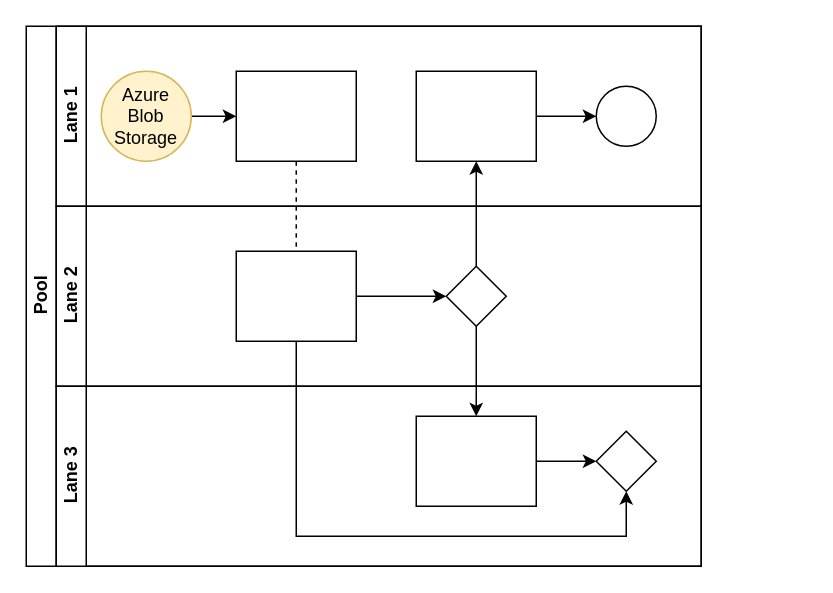
Before: Diagramme sans nom.drawio in myhfc/recommender-system-projet09-azure, a draw.io diagram. Source tidied: cells renumbered, new cells numbered last; positions are measured from the earlier drawing's top-left corner, leaving out a move shared by most shapes. Both pictures are drawn from the tidied source at 150%, with x=0, y=0 at pixel (26, 26).
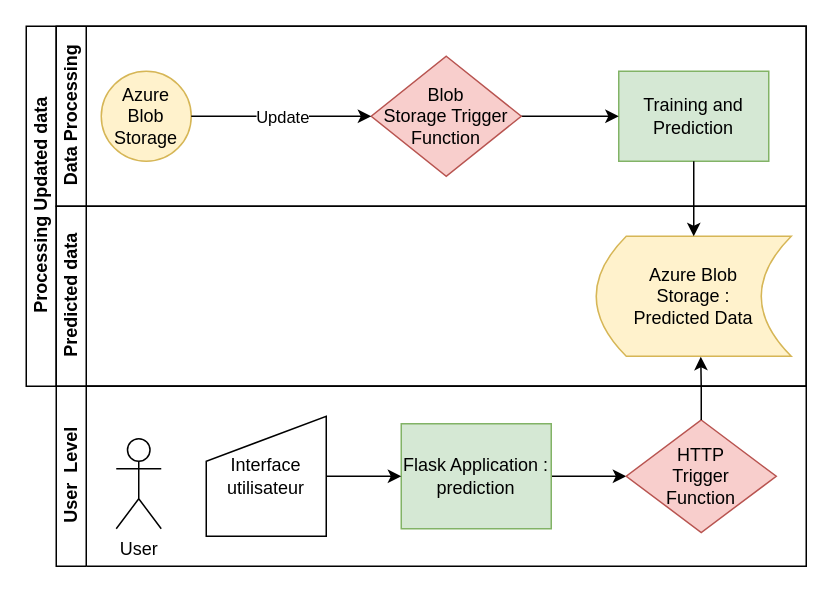
The same diagram, later.

Commit message:
Mettre à jour Diagramme sans nom.drawio

The change refers to these unchanged cells:
```xml
<mxCell id="9" value="Azure Blob Storage" style="ellipse;whiteSpace=wrap;html=1;fillColor=#fff2cc;strokeColor=#d6b656;gradientColor=none;" parent="7" vertex="1">
  <mxGeometry x="30" y="30" width="60" height="60" as="geometry" />
</mxCell>
```

What changed in the source:
```diff
@@
-    <mxCell id="2" value="Pool" style="swimlane;html=1;horizontal=0;startSize=20;" parent="1" vertex="1">
-      <mxGeometry width="450" height="360" as="geometry" />
+    <mxCell id="2" value="&lt;div&gt;Processing Updated data&lt;/div&gt;" style="swimlane;html=1;horizontal=0;startSize=20;" parent="1" vertex="1">
+      <mxGeometry width="520" height="240" as="geometry" />
     </mxCell>
-    <mxCell id="3" style="edgeStyle=orthogonalEdgeStyle;rounded=0;jettySize=auto;html=1;dashed=1;endArrow=none;endFill=0;" parent="2" edge="1" source="10" target="16">
-      <mxGeometry relative="1" as="geometry" />
-    </mxCell>
-    <mxCell id="4" style="edgeStyle=orthogonalEdgeStyle;rounded=0;jettySize=auto;html=1;endArrow=classic;endFill=1;" parent="2" edge="1" source="17" target="12">
-      <mxGeometry relative="1" as="geometry" />
-    </mxCell>
-    <mxCell id="5" style="edgeStyle=orthogonalEdgeStyle;rounded=0;jettySize=auto;html=1;endArrow=classic;endFill=1;" parent="2" edge="1" source="17" target="20">
-      <mxGeometry relative="1" as="geometry" />
-    </mxCell>
-    <mxCell id="6" style="edgeStyle=orthogonalEdgeStyle;rounded=0;jettySize=auto;html=1;endArrow=classic;endFill=1;" parent="2" edge="1" source="16" target="21">
-      <mxGeometry relative="1" as="geometry">
-        <Array as="points">
-          <mxPoint x="180" y="340" />
-          <mxPoint x="400" y="340" />
-        </Array>
-      </mxGeometry>
-    </mxCell>
-    <mxCell id="7" value="Lane 1" style="swimlane;html=1;startSize=20;horizontal=0;" parent="2" vertex="1">
-      <mxGeometry x="20" width="430" height="120" as="geometry" />
+    <mxCell id="7" value="&lt;div&gt;Data Processing&lt;/div&gt;" style="swimlane;html=1;startSize=20;horizontal=0;" parent="2" vertex="1">
+      <mxGeometry x="20" width="500" height="120" as="geometry" />
     </mxCell>
-    <mxCell id="8" style="edgeStyle=orthogonalEdgeStyle;rounded=0;jettySize=auto;html=1;" parent="7" edge="1" source="9" target="10">
-      <mxGeometry relative="1" as="geometry" />
-    </mxCell>
@@
-    <mxCell id="10" style="rounded=0;whiteSpace=wrap;html=1;fontFamily=Helvetica;fontSize=12;fontColor=#000000;align=center;" parent="7" vertex="1">
-      <mxGeometry x="120" y="30" width="80" height="60" as="geometry" />
+    <mxCell id="10" value="&lt;div&gt;Training and Prediction&lt;br&gt;&lt;/div&gt;" style="rounded=0;whiteSpace=wrap;html=1;fontFamily=Helvetica;fontSize=12;align=center;fillColor=#d5e8d4;strokeColor=#82b366;" parent="7" vertex="1">
+      <mxGeometry x="375" y="30" width="100" height="60" as="geometry" />
     </mxCell>
-    <mxCell id="11" style="edgeStyle=orthogonalEdgeStyle;rounded=0;jettySize=auto;html=1;endArrow=classic;endFill=1;" parent="7" edge="1" source="12" target="13">
-      <mxGeometry relative="1" as="geometry" />
-    </mxCell>
-    <mxCell id="12" style="rounded=0;whiteSpace=wrap;html=1;fontFamily=Helvetica;fontSize=12;fontColor=#000000;align=center;" parent="7" vertex="1">
-      <mxGeometry x="240" y="30" width="80" height="60" as="geometry" />
-    </mxCell>
-    <mxCell id="13" style="ellipse;whiteSpace=wrap;html=1;" parent="7" vertex="1">
-      <mxGeometry x="360" y="40" width="40" height="40" as="geometry" />
-    </mxCell>
+    <mxCell id="22" style="edgeStyle=orthogonalEdgeStyle;rounded=0;jettySize=auto;html=1;" parent="7" edge="1" source="23" target="10">
+      <mxGeometry relative="1" as="geometry" />
+    </mxCell>
+    <mxCell id="23" value="&lt;div&gt;Blob &lt;br&gt;&lt;/div&gt;&lt;div&gt;Storage Trigger &lt;br&gt;&lt;/div&gt;&lt;div&gt;Function&lt;/div&gt;" style="rhombus;whiteSpace=wrap;html=1;fontFamily=Helvetica;fontSize=12;align=center;fillColor=#f8cecc;strokeColor=#b85450;" parent="7" vertex="1">
+      <mxGeometry x="210" y="20" width="100" height="80" as="geometry" />
+    </mxCell>
+    <mxCell id="24" style="endArrow=classic;html=1;rounded=0;entryX=0;entryY=0.5;entryDx=0;entryDy=0;exitX=1;exitY=0.5;exitDx=0;exitDy=0;" parent="7" edge="1" source="9" target="23">
+      <mxGeometry relative="1" as="geometry" />
+    </mxCell>
+    <mxCell id="25" value="Update" style="edgeLabel;html=1;align=center;verticalAlign=middle;fillColor=default;gradientColor=none;" parent="24" vertex="1">
+      <mxGeometry relative="1" as="geometry" />
+    </mxCell>
-    <mxCell id="14" value="Lane 2" style="swimlane;html=1;startSize=20;horizontal=0;" parent="2" vertex="1">
-      <mxGeometry x="20" y="120" width="430" height="120" as="geometry" />
+    <mxCell id="14" value="&lt;div&gt;Predicted data&lt;/div&gt;" style="swimlane;html=1;startSize=20;horizontal=0;" parent="2" vertex="1">
+      <mxGeometry x="20" y="120" width="500" height="120" as="geometry" />
     </mxCell>
-    <mxCell id="15" style="edgeStyle=orthogonalEdgeStyle;rounded=0;jettySize=auto;html=1;endArrow=classic;endFill=1;" parent="14" edge="1" source="16" target="17">
-      <mxGeometry relative="1" as="geometry" />
-    </mxCell>
-    <mxCell id="16" style="rounded=0;whiteSpace=wrap;html=1;fontFamily=Helvetica;fontSize=12;fontColor=#000000;align=center;" parent="14" vertex="1">
-      <mxGeometry x="120" y="30" width="80" height="60" as="geometry" />
-    </mxCell>
-    <mxCell id="17" style="rhombus;whiteSpace=wrap;html=1;fontFamily=Helvetica;fontSize=12;fontColor=#000000;align=center;" parent="14" vertex="1">
-      <mxGeometry x="260" y="40" width="40" height="40" as="geometry" />
-    </mxCell>
-    <mxCell id="18" value="Lane 3" style="swimlane;html=1;startSize=20;horizontal=0;" parent="2" vertex="1">
-      <mxGeometry x="20" y="240" width="430" height="120" as="geometry" />
-    </mxCell>
-    <mxCell id="19" style="edgeStyle=orthogonalEdgeStyle;rounded=0;jettySize=auto;html=1;endArrow=classic;endFill=1;" parent="18" edge="1" source="20" target="21">
-      <mxGeometry relative="1" as="geometry" />
-    </mxCell>
-    <mxCell id="20" style="rounded=0;whiteSpace=wrap;html=1;fontFamily=Helvetica;fontSize=12;fontColor=#000000;align=center;" parent="18" vertex="1">
-      <mxGeometry x="240" y="20" width="80" height="60" as="geometry" />
-    </mxCell>
-    <mxCell id="21" style="rhombus;whiteSpace=wrap;html=1;fontFamily=Helvetica;fontSize=12;fontColor=#000000;align=center;" parent="18" vertex="1">
-      <mxGeometry x="360" y="30" width="40" height="40" as="geometry" />
-    </mxCell>
+    <mxCell id="26" value="&lt;div&gt;Azure Blob &lt;br&gt;&lt;/div&gt;&lt;div&gt;Storage : &lt;br&gt;&lt;/div&gt;&lt;div&gt;Predicted Data&lt;br&gt;&lt;/div&gt;" style="shape=dataStorage;whiteSpace=wrap;html=1;fixedSize=1;fillColor=#fff2cc;strokeColor=#d6b656;" parent="14" vertex="1">
+      <mxGeometry x="360" y="20" width="130" height="80" as="geometry" />
+    </mxCell>
+    <mxCell id="27" style="edgeStyle=orthogonalEdgeStyle;rounded=0;jettySize=auto;html=1;entryX=0.5;entryY=0;entryDx=0;entryDy=0;" parent="2" edge="1" source="10" target="26">
+      <mxGeometry relative="1" as="geometry" />
+    </mxCell>
+    <mxCell id="28" value="User&amp;nbsp; Level" style="swimlane;html=1;startSize=20;horizontal=0;" parent="1" vertex="1">
+      <mxGeometry x="20" y="240" width="500" height="120" as="geometry" />
+    </mxCell>
+    <mxCell id="29" style="edgeStyle=orthogonalEdgeStyle;rounded=0;jettySize=auto;html=1;" parent="28" edge="1" source="30" target="31">
+      <mxGeometry relative="1" as="geometry" />
+    </mxCell>
+    <mxCell id="30" value="&lt;div&gt;Flask Application : prediction&lt;br&gt;&lt;/div&gt;" style="rounded=0;whiteSpace=wrap;html=1;fontFamily=Helvetica;fontSize=12;align=center;fillColor=#d5e8d4;strokeColor=#82b366;" parent="28" vertex="1">
+      <mxGeometry x="230" y="25" width="100" height="70" as="geometry" />
+    </mxCell>
+    <mxCell id="31" value="&lt;div&gt;HTTP &lt;br&gt;&lt;/div&gt;&lt;div&gt;Trigger &lt;br&gt;&lt;/div&gt;&lt;div&gt;Function&lt;/div&gt;" style="rhombus;whiteSpace=wrap;html=1;fontFamily=Helvetica;fontSize=12;align=center;fillColor=#f8cecc;strokeColor=#b85450;" parent="28" vertex="1">
+      <mxGeometry x="380" y="22.5" width="100" height="75" as="geometry" />
+    </mxCell>
+    <mxCell id="32" value="User" style="shape=umlActor;verticalLabelPosition=bottom;verticalAlign=top;html=1;fillColor=default;gradientColor=none;" parent="28" vertex="1">
+      <mxGeometry x="40" y="35" width="30" height="60" as="geometry" />
+    </mxCell>
+    <mxCell id="33" style="edgeStyle=orthogonalEdgeStyle;rounded=0;jettySize=auto;html=1;" parent="28" edge="1" source="34" target="30">
+      <mxGeometry relative="1" as="geometry" />
+    </mxCell>
+    <mxCell id="34" value="Interface utilisateur" style="shape=manualInput;whiteSpace=wrap;html=1;fillColor=default;gradientColor=none;" parent="28" vertex="1">
+      <mxGeometry x="100" y="20" width="80" height="80" as="geometry" />
+    </mxCell>
+    <mxCell id="35" style="edgeStyle=orthogonalEdgeStyle;rounded=0;jettySize=auto;html=1;exitX=0.5;exitY=0;exitDx=0;exitDy=0;entryX=0.536;entryY=1.004;entryDx=0;entryDy=0;entryPerimeter=0;" parent="1" edge="1" source="31" target="26">
+      <mxGeometry relative="1" as="geometry" />
+    </mxCell>
```
